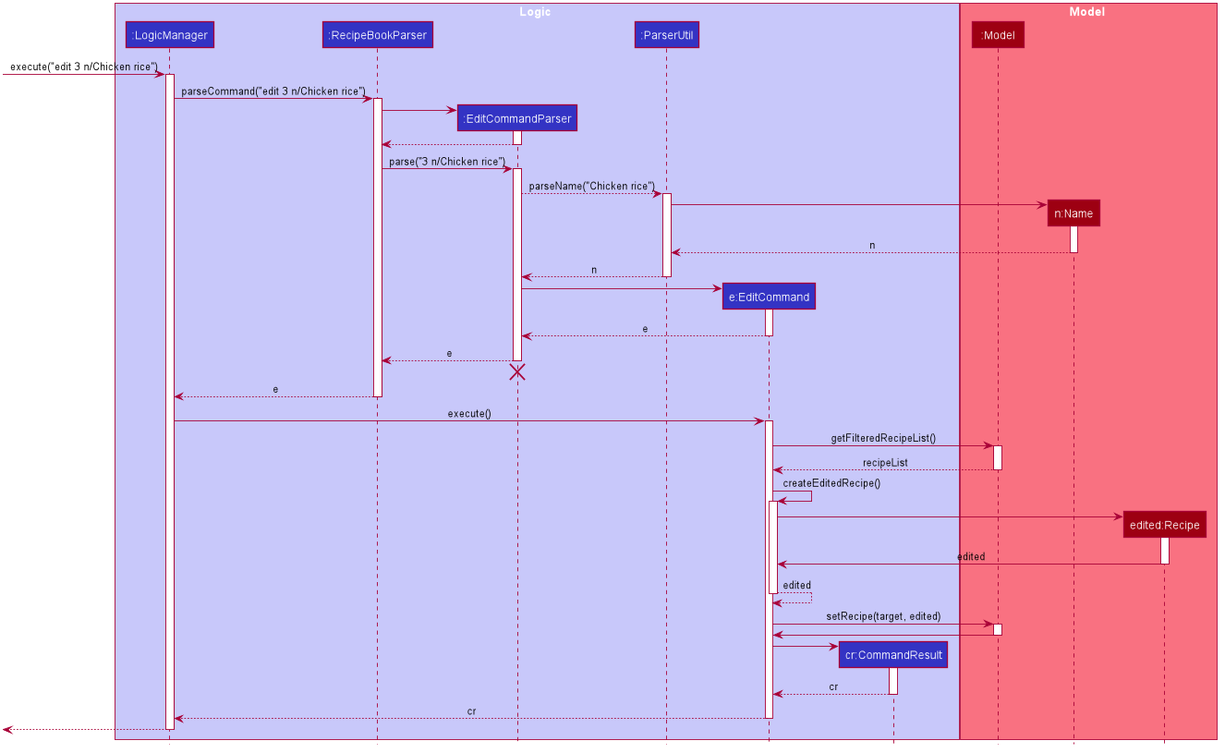
Before: docs/images/EditSequenceDiagram.png, a diagram exported from PlantUML (nus-cs2103-AY1920S2/addressbook-level3).
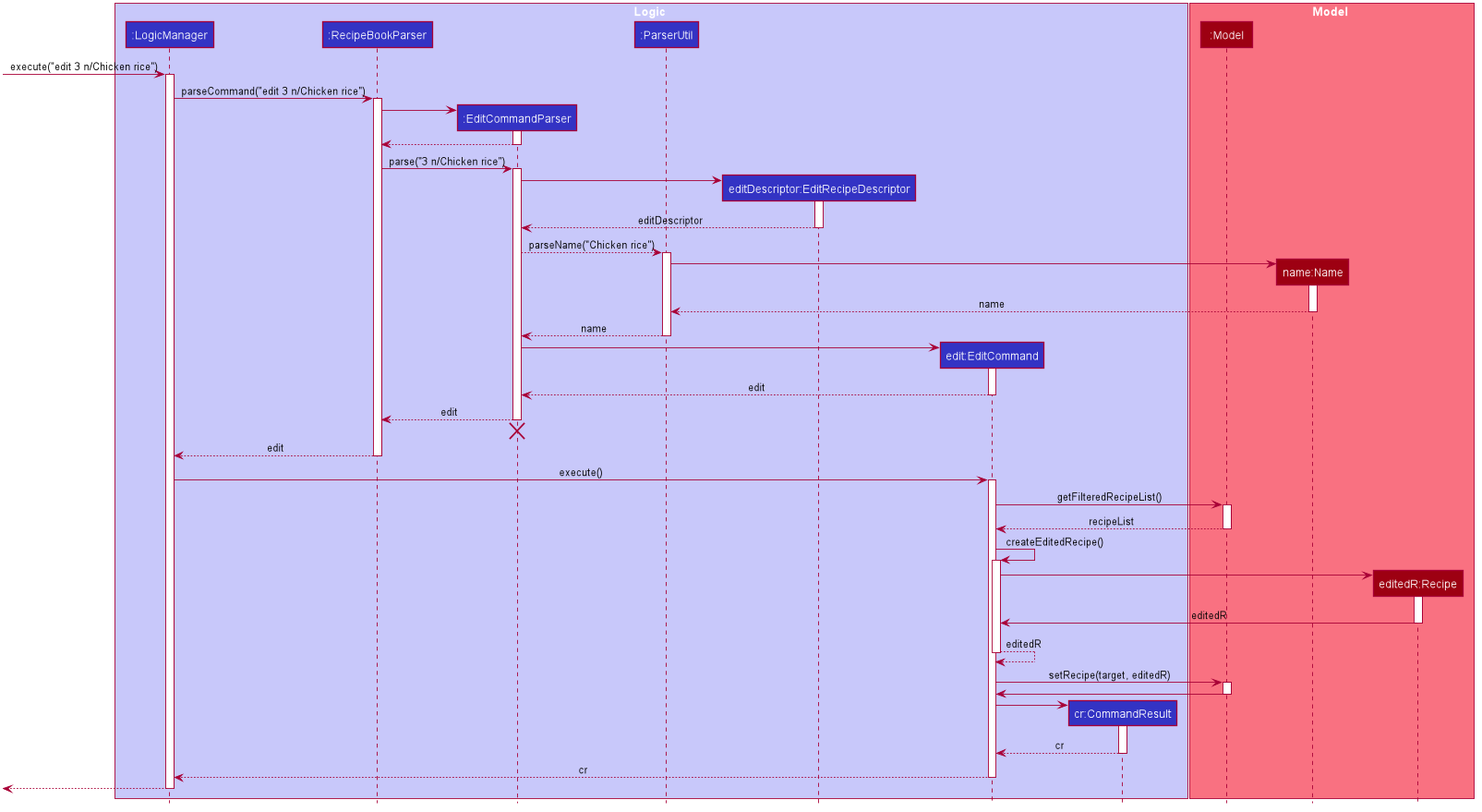
The same file after the commit.

Change to the diagram source:
```diff
@@ -53,14 +53,16 @@
 participant ":RecipeBookParser" as RecipeBookParser #3333C4
 participant ":EditCommandParser" as EditCommandParser #3333C4
 participant ":ParserUtil" as ParserUtil #3333C4
-participant "e:EditCommand" as EditCommand #3333C4
+participant "editDescriptor:EditRecipeDescriptor" as EditRecipeDescriptor #3333C4
+participant "edit:EditCommand" as EditCommand #3333C4
 participant "cr:CommandResult" as CommandResult #3333C4
+
 end box
 
 box Model #F97181
 participant ":Model" as Model #9D0012
-participant "n:Name" as Name #9D0012
-participant "edited:Recipe" as Recipe #9D0012
+participant "name:Name" as Name #9D0012
+participant "editedR:Recipe" as Recipe #9D0012
 end box
 
 [-> LogicManager : execute("edit 3 n/Chicken rice")
@@ -79,6 +81,13 @@
 RecipeBookParser -> EditCommandParser : parse("3 n/Chicken rice")
 activate EditCommandParser
 
+create EditRecipeDescriptor
+EditCommandParser -> EditRecipeDescriptor
+activate EditRecipeDescriptor
+
+EditRecipeDescriptor --> EditCommandParser : editDescriptor
+deactivate EditRecipeDescriptor
+
 EditCommandParser --> ParserUtil : parseName("Chicken rice")
 activate ParserUtil
 
@@ -86,25 +95,25 @@
 ParserUtil -> Name
 activate Name
 
-Name --> ParserUtil : n
+Name --> ParserUtil : name
 deactivate Name
 
-ParserUtil --> EditCommandParser : n
+ParserUtil --> EditCommandParser : name
 deactivate ParserUtil
 
 create EditCommand
 EditCommandParser -> EditCommand
 activate EditCommand
 
-EditCommand --> EditCommandParser : e
+EditCommand --> EditCommandParser : edit
 deactivate EditCommand
 
-EditCommandParser --> RecipeBookParser : e
+EditCommandParser --> RecipeBookParser : edit
 deactivate EditCommandParser
 EditCommandParser -[hidden]-> RecipeBookParser
 destroy EditCommandParser
 
-RecipeBookParser --> LogicManager : e
+RecipeBookParser --> LogicManager : edit
 deactivate RecipeBookParser
 
 LogicManager -> EditCommand : execute()
@@ -121,12 +130,12 @@
 create Recipe
 EditCommand -> Recipe
 activate Recipe
-Recipe -> EditCommand : edited
+Recipe -> EditCommand : editedR
 deactivate Recipe
-EditCommand --> EditCommand : edited
+EditCommand --> EditCommand : editedR
 deactivate EditCommand
 
-EditCommand -> Model : setRecipe(target, edited)
+EditCommand -> Model : setRecipe(target, editedR)
 activate Model
 Model -> EditCommand
 deactivate Model
```
